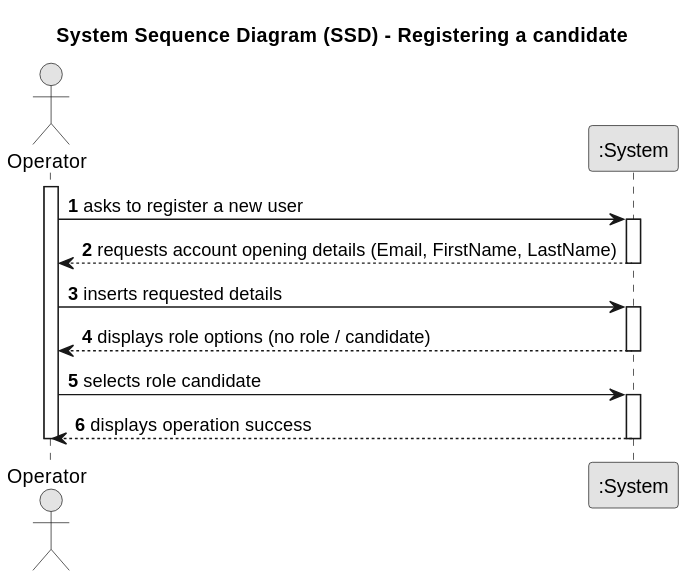
Earlier version of the PlantUML export docs/SprintB/2000a/2000a-system-sequence-diagram.svg (MiguelCardoso77/LAPR4). Its diagram source:
```plantuml
@startuml
skinparam monochrome true
skinparam packageStyle rectangle
skinparam shadowing false

title System Sequence Diagram (SSD) - Registering a candidate

autonumber

actor "Operator" as OPERATOR
participant ":System" as System

activate OPERATOR

    OPERATOR -> System : asks to register a new user
    activate System


       System --> OPERATOR : requests account opening details (Email, FirstName, LastName)
    deactivate System

    OPERATOR -> System : inserts requested details
    activate System

        System --> OPERATOR : displays role options (no role / candidate)
    deactivate System

    OPERATOR -> System : selects role candidate
    activate System

        System --> OPERATOR : displays operation success
    deactivate System

deactivate OPERATOR
@enduml
```
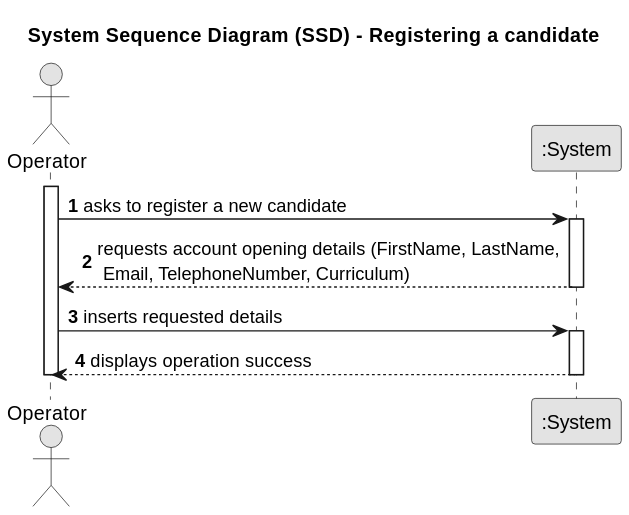
The same diagram one commit later.

The edit, as a diff of the source:
```diff
@@ -12,20 +12,14 @@
 
 activate OPERATOR
 
-    OPERATOR -> System : asks to register a new user
+    OPERATOR -> System : asks to register a new candidate
     activate System
 
 
-       System --> OPERATOR : requests account opening details (Email, FirstName, LastName)
+       System --> OPERATOR : requests account opening details (FirstName, LastName,\n Email, TelephoneNumber, Curriculum)
     deactivate System
 
     OPERATOR -> System : inserts requested details
-    activate System
-
-        System --> OPERATOR : displays role options (no role / candidate)
-    deactivate System
-
-    OPERATOR -> System : selects role candidate
     activate System
 
         System --> OPERATOR : displays operation success
```
